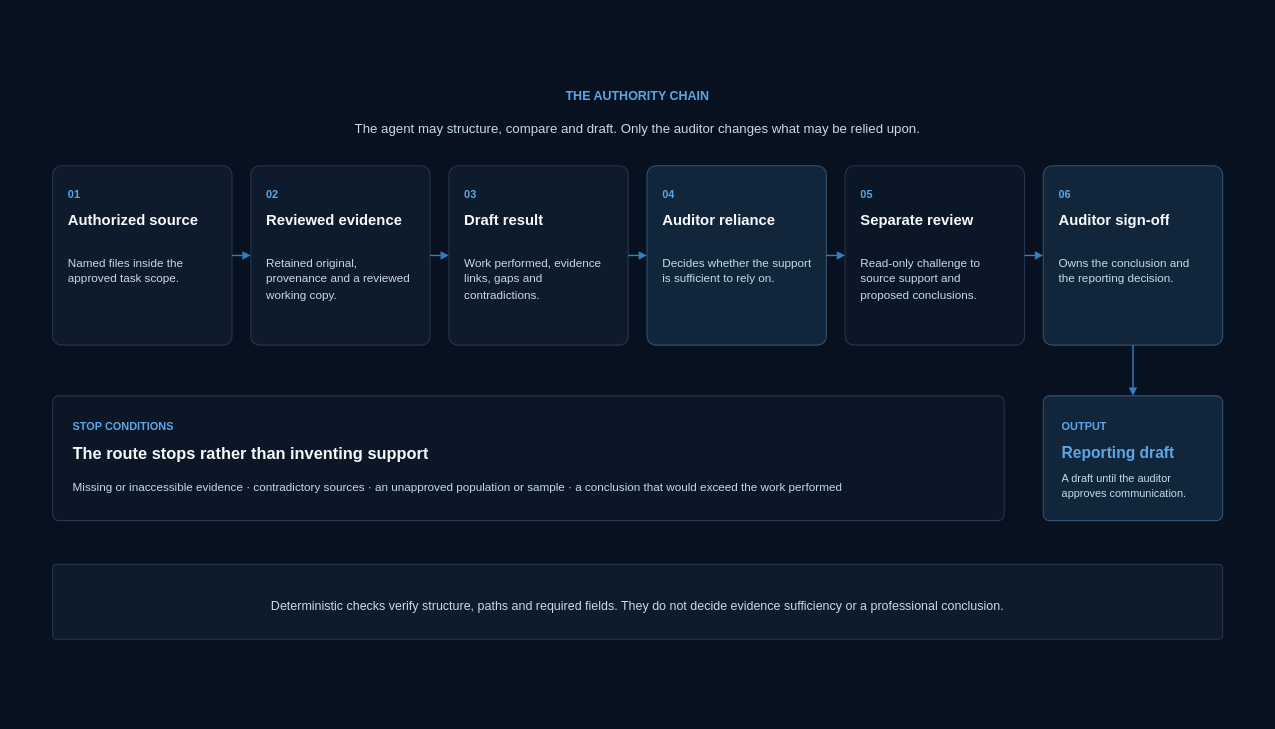
Above: aeos/assets/source/aeos-guardrail-stack-dark.drawio in busera/busera.github.io (draw.io), before the change. Source tidied: cells renumbered, new cells numbered last; positions are measured from the earlier drawing's top-left corner, leaving out a move shared by most shapes. Both pictures are drawn from the tidied source at 78%, with x=0, y=0 at pixel (13, 13).
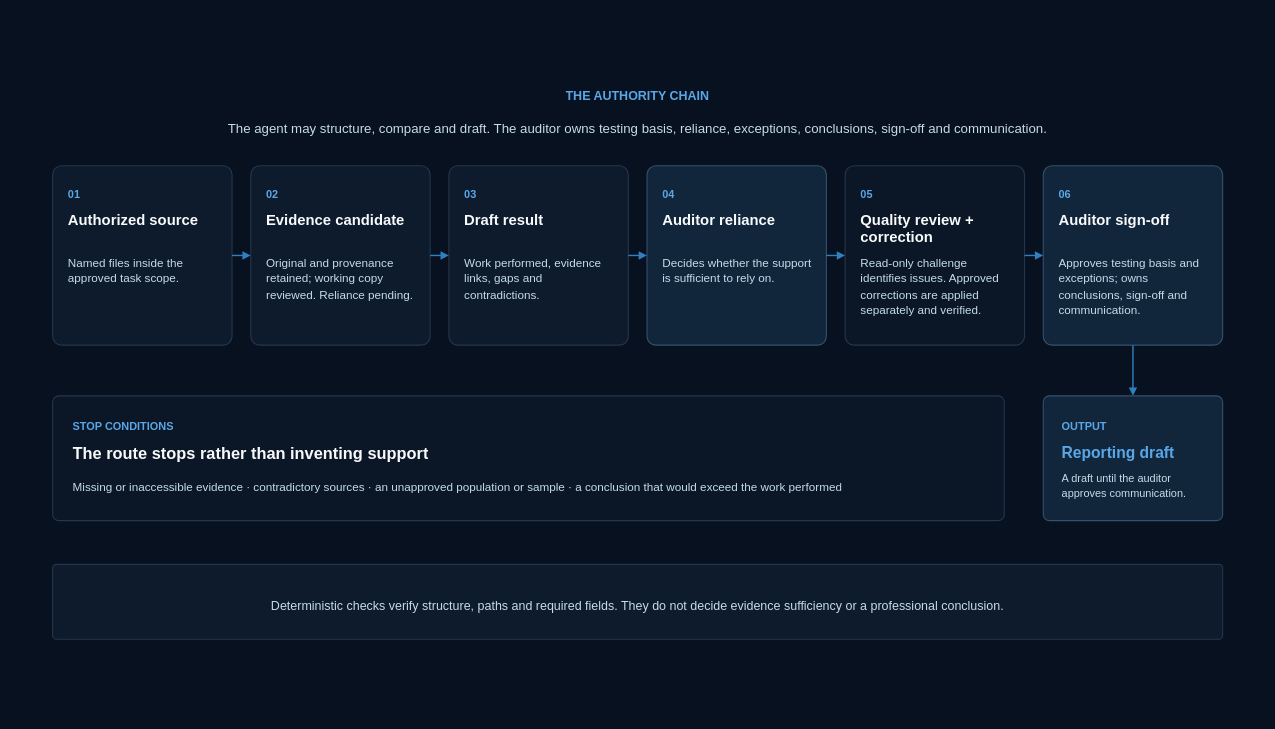
The same page after the edit.

Change to the diagram source:
```diff
@@
-    <mxCell id="4" value="The agent may structure, compare and draft. Only the auditor changes what may be relied upon." style="text;html=1;whiteSpace=wrap;overflow=hidden;strokeColor=none;fillColor=none;spacing=0;spacingTop=0;spacingBottom=0;spacingLeft=0;spacingRight=0;align=center;verticalAlign=middle;fontFamily=Helvetica;fontColor=#C6DCE8;fontSize=17;fontStyle=0;" parent="1" vertex="1">
+    <mxCell id="4" value="The agent may structure, compare and draft. The auditor owns testing basis, reliance, exceptions, conclusions, sign-off and communication." style="text;html=1;whiteSpace=wrap;overflow=hidden;strokeColor=none;fillColor=none;spacing=0;spacingTop=0;spacingBottom=0;spacingLeft=0;spacingRight=0;align=center;verticalAlign=middle;fontFamily=Helvetica;fontColor=#C6DCE8;fontSize=17;fontStyle=0;" parent="1" vertex="1">
       <mxGeometry x="250" y="126" width="1100" height="46" as="geometry" />
     </mxCell>
@@
-    <mxCell id="11" value="&lt;div style=&quot;line-height:1.15;&quot;&gt;Reviewed evidence&lt;/div&gt;" style="text;html=1;whiteSpace=wrap;overflow=hidden;strokeColor=none;fillColor=none;spacing=0;spacingTop=0;spacingBottom=0;spacingLeft=0;spacingRight=0;align=left;verticalAlign=top;fontFamily=Helvetica;fontColor=#F8FAFC;fontSize=19;fontStyle=1;" parent="1" vertex="1">
+    <mxCell id="11" value="&lt;div style=&quot;line-height:1.15;&quot;&gt;Evidence candidate&lt;/div&gt;" style="text;html=1;whiteSpace=wrap;overflow=hidden;strokeColor=none;fillColor=none;spacing=0;spacingTop=0;spacingBottom=0;spacingLeft=0;spacingRight=0;align=left;verticalAlign=top;fontFamily=Helvetica;fontColor=#F8FAFC;fontSize=19;fontStyle=1;" parent="1" vertex="1">
       <mxGeometry x="324" y="249" width="190" height="46" as="geometry" />
     </mxCell>
-    <mxCell id="12" value="&lt;div style=&quot;line-height:1.35;&quot;&gt;Retained original, provenance and a reviewed working copy.&lt;/div&gt;" style="text;html=1;whiteSpace=wrap;overflow=hidden;strokeColor=none;fillColor=none;spacing=0;spacingTop=0;spacingBottom=0;spacingLeft=0;spacingRight=0;align=left;verticalAlign=top;fontFamily=Helvetica;fontColor=#C6DCE8;fontSize=15;fontStyle=0;" parent="1" vertex="1">
+    <mxCell id="12" value="&lt;div style=&quot;line-height:1.35;&quot;&gt;Original and provenance retained; working copy reviewed. Reliance pending.&lt;/div&gt;" style="text;html=1;whiteSpace=wrap;overflow=hidden;strokeColor=none;fillColor=none;spacing=0;spacingTop=0;spacingBottom=0;spacingLeft=0;spacingRight=0;align=left;verticalAlign=top;fontFamily=Helvetica;fontColor=#C6DCE8;fontSize=15;fontStyle=0;" parent="1" vertex="1">
       <mxGeometry x="324" y="305" width="190" height="100" as="geometry" />
     </mxCell>
@@
-    <mxCell id="23" value="&lt;div style=&quot;line-height:1.15;&quot;&gt;Separate review&lt;/div&gt;" style="text;html=1;whiteSpace=wrap;overflow=hidden;strokeColor=none;fillColor=none;spacing=0;spacingTop=0;spacingBottom=0;spacingLeft=0;spacingRight=0;align=left;verticalAlign=top;fontFamily=Helvetica;fontColor=#F8FAFC;fontSize=19;fontStyle=1;" parent="1" vertex="1">
+    <mxCell id="23" value="&lt;div style=&quot;line-height:1.15;&quot;&gt;Quality review + correction&lt;/div&gt;" style="text;html=1;whiteSpace=wrap;overflow=hidden;strokeColor=none;fillColor=none;spacing=0;spacingTop=0;spacingBottom=0;spacingLeft=0;spacingRight=0;align=left;verticalAlign=top;fontFamily=Helvetica;fontColor=#F8FAFC;fontSize=19;fontStyle=1;" parent="1" vertex="1">
       <mxGeometry x="1086" y="249" width="190" height="46" as="geometry" />
     </mxCell>
-    <mxCell id="24" value="&lt;div style=&quot;line-height:1.35;&quot;&gt;Read-only challenge to source support and proposed conclusions.&lt;/div&gt;" style="text;html=1;whiteSpace=wrap;overflow=hidden;strokeColor=none;fillColor=none;spacing=0;spacingTop=0;spacingBottom=0;spacingLeft=0;spacingRight=0;align=left;verticalAlign=top;fontFamily=Helvetica;fontColor=#C6DCE8;fontSize=15;fontStyle=0;" parent="1" vertex="1">
+    <mxCell id="24" value="&lt;div style=&quot;line-height:1.35;&quot;&gt;Read-only challenge identifies issues. Approved corrections are applied separately and verified.&lt;/div&gt;" style="text;html=1;whiteSpace=wrap;overflow=hidden;strokeColor=none;fillColor=none;spacing=0;spacingTop=0;spacingBottom=0;spacingLeft=0;spacingRight=0;align=left;verticalAlign=top;fontFamily=Helvetica;fontColor=#C6DCE8;fontSize=15;fontStyle=0;" parent="1" vertex="1">
       <mxGeometry x="1086" y="305" width="190" height="100" as="geometry" />
     </mxCell>
@@
-    <mxCell id="28" value="&lt;div style=&quot;line-height:1.35;&quot;&gt;Owns the conclusion and the reporting decision.&lt;/div&gt;" style="text;html=1;whiteSpace=wrap;overflow=hidden;strokeColor=none;fillColor=none;spacing=0;spacingTop=0;spacingBottom=0;spacingLeft=0;spacingRight=0;align=left;verticalAlign=top;fontFamily=Helvetica;fontColor=#C6DCE8;fontSize=15;fontStyle=0;" parent="1" vertex="1">
+    <mxCell id="28" value="&lt;div style=&quot;line-height:1.35;&quot;&gt;Approves testing basis and exceptions; owns conclusions, sign-off and communication.&lt;/div&gt;" style="text;html=1;whiteSpace=wrap;overflow=hidden;strokeColor=none;fillColor=none;spacing=0;spacingTop=0;spacingBottom=0;spacingLeft=0;spacingRight=0;align=left;verticalAlign=top;fontFamily=Helvetica;fontColor=#C6DCE8;fontSize=15;fontStyle=0;" parent="1" vertex="1">
       <mxGeometry x="1340" y="305" width="190" height="100" as="geometry" />
     </mxCell>
```
